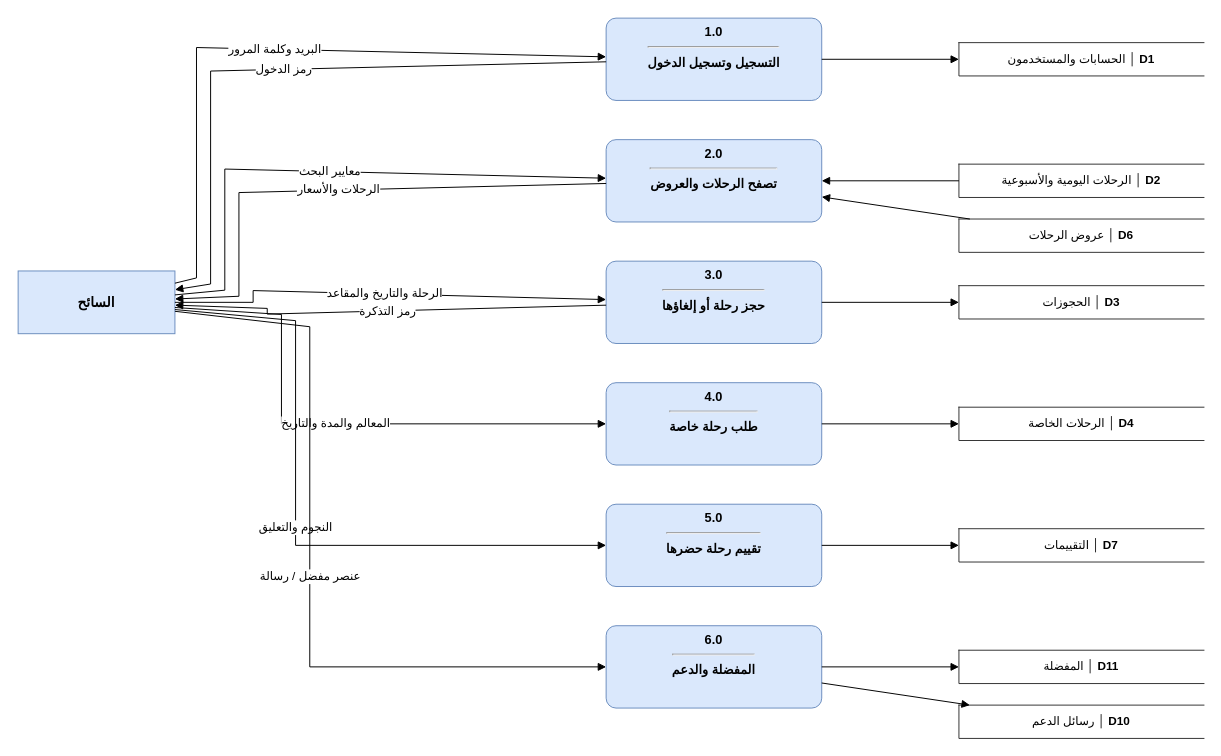
Above: مخططات_التحليل_drawio/dfd02_tourist.drawio in masara-prog/Delni-project (draw.io), before the change. Source tidied: cells renumbered, new cells numbered last; positions are measured from the earlier drawing's top-left corner, leaving out a move shared by most shapes. Both pictures are drawn from the tidied source at 98%, with x=0, y=0 at pixel (18, 18).
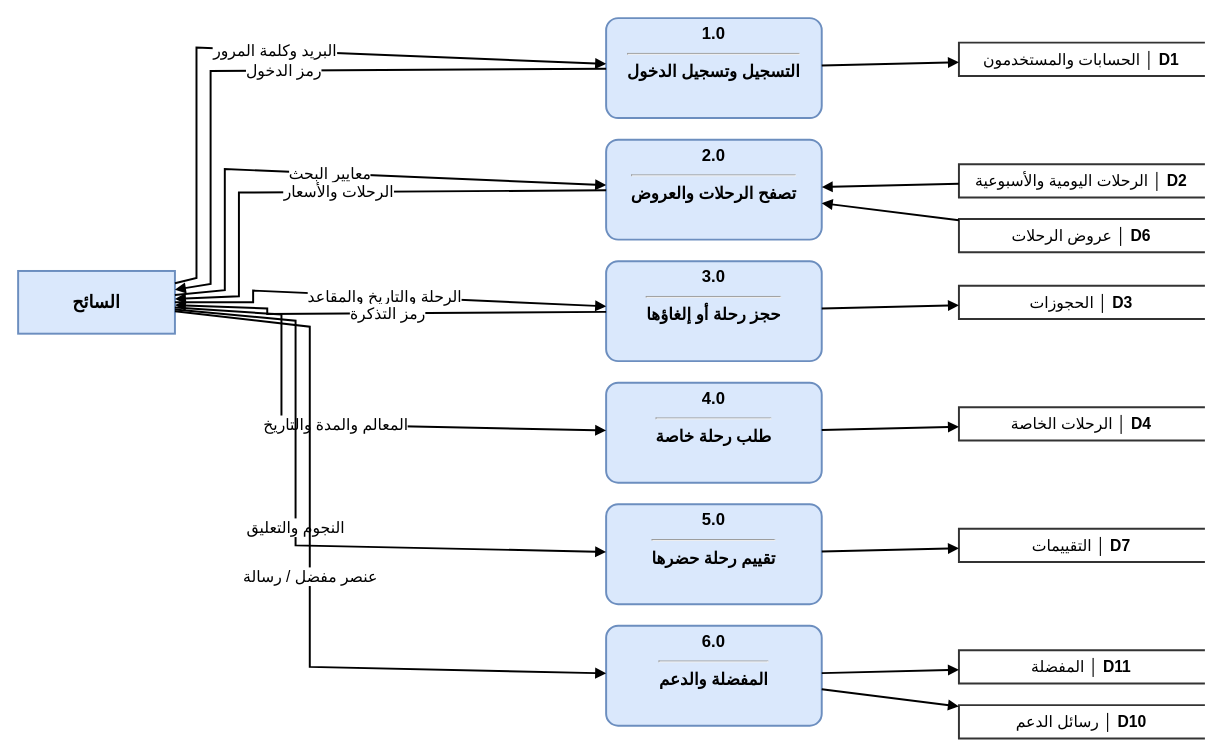
The same page after the edit.

Change to the diagram source:
```diff
@@
-    <mxCell id="2" value="&lt;b&gt;1.0&lt;/b&gt;&lt;hr&gt;التسجيل وتسجيل الدخول" style="rounded=1;arcSize=12;verticalAlign=top;html=1;whiteSpace=wrap;fontFamily=Arial;fontSize=13;fontStyle=1;fillColor=#dae8fc;strokeColor=#6c8ebf;" parent="1" vertex="1">
-      <mxGeometry x="600" width="220" height="84" as="geometry" />
+    <mxCell id="2" value="&lt;b&gt;1.0&lt;/b&gt;&lt;hr&gt;التسجيل وتسجيل الدخول" style="rounded=1;arcSize=12;verticalAlign=top;html=1;whiteSpace=wrap;fontFamily=Arial;fontSize=17;fontStyle=1;fillColor=#dae8fc;strokeColor=#6c8ebf;strokeWidth=2;" parent="1" vertex="1">
+      <mxGeometry x="600" width="220" height="102" as="geometry" />
     </mxCell>
-    <mxCell id="3" value="&lt;b&gt;2.0&lt;/b&gt;&lt;hr&gt;تصفح الرحلات والعروض" style="rounded=1;arcSize=12;verticalAlign=top;html=1;whiteSpace=wrap;fontFamily=Arial;fontSize=13;fontStyle=1;fillColor=#dae8fc;strokeColor=#6c8ebf;" parent="1" vertex="1">
-      <mxGeometry x="600" y="124" width="220" height="84" as="geometry" />
+    <mxCell id="3" value="&lt;b&gt;2.0&lt;/b&gt;&lt;hr&gt;تصفح الرحلات والعروض" style="rounded=1;arcSize=12;verticalAlign=top;html=1;whiteSpace=wrap;fontFamily=Arial;fontSize=17;fontStyle=1;fillColor=#dae8fc;strokeColor=#6c8ebf;strokeWidth=2;" parent="1" vertex="1">
+      <mxGeometry x="600" y="124" width="220" height="102" as="geometry" />
     </mxCell>
-    <mxCell id="4" value="&lt;b&gt;3.0&lt;/b&gt;&lt;hr&gt;حجز رحلة أو إلغاؤها" style="rounded=1;arcSize=12;verticalAlign=top;html=1;whiteSpace=wrap;fontFamily=Arial;fontSize=13;fontStyle=1;fillColor=#dae8fc;strokeColor=#6c8ebf;" parent="1" vertex="1">
-      <mxGeometry x="600" y="248" width="220" height="84" as="geometry" />
+    <mxCell id="4" value="&lt;b&gt;3.0&lt;/b&gt;&lt;hr&gt;حجز رحلة أو إلغاؤها" style="rounded=1;arcSize=12;verticalAlign=top;html=1;whiteSpace=wrap;fontFamily=Arial;fontSize=17;fontStyle=1;fillColor=#dae8fc;strokeColor=#6c8ebf;strokeWidth=2;" parent="1" vertex="1">
+      <mxGeometry x="600" y="248" width="220" height="102" as="geometry" />
     </mxCell>
-    <mxCell id="5" value="&lt;b&gt;4.0&lt;/b&gt;&lt;hr&gt;طلب رحلة خاصة" style="rounded=1;arcSize=12;verticalAlign=top;html=1;whiteSpace=wrap;fontFamily=Arial;fontSize=13;fontStyle=1;fillColor=#dae8fc;strokeColor=#6c8ebf;" parent="1" vertex="1">
-      <mxGeometry x="600" y="372" width="220" height="84" as="geometry" />
+    <mxCell id="5" value="&lt;b&gt;4.0&lt;/b&gt;&lt;hr&gt;طلب رحلة خاصة" style="rounded=1;arcSize=12;verticalAlign=top;html=1;whiteSpace=wrap;fontFamily=Arial;fontSize=17;fontStyle=1;fillColor=#dae8fc;strokeColor=#6c8ebf;strokeWidth=2;" parent="1" vertex="1">
+      <mxGeometry x="600" y="372" width="220" height="102" as="geometry" />
     </mxCell>
-    <mxCell id="6" value="&lt;b&gt;5.0&lt;/b&gt;&lt;hr&gt;تقييم رحلة حضرها" style="rounded=1;arcSize=12;verticalAlign=top;html=1;whiteSpace=wrap;fontFamily=Arial;fontSize=13;fontStyle=1;fillColor=#dae8fc;strokeColor=#6c8ebf;" parent="1" vertex="1">
-      <mxGeometry x="600" y="496" width="220" height="84" as="geometry" />
+    <mxCell id="6" value="&lt;b&gt;5.0&lt;/b&gt;&lt;hr&gt;تقييم رحلة حضرها" style="rounded=1;arcSize=12;verticalAlign=top;html=1;whiteSpace=wrap;fontFamily=Arial;fontSize=17;fontStyle=1;fillColor=#dae8fc;strokeColor=#6c8ebf;strokeWidth=2;" parent="1" vertex="1">
+      <mxGeometry x="600" y="496" width="220" height="102" as="geometry" />
     </mxCell>
-    <mxCell id="7" value="&lt;b&gt;6.0&lt;/b&gt;&lt;hr&gt;المفضلة والدعم" style="rounded=1;arcSize=12;verticalAlign=top;html=1;whiteSpace=wrap;fontFamily=Arial;fontSize=13;fontStyle=1;fillColor=#dae8fc;strokeColor=#6c8ebf;" parent="1" vertex="1">
-      <mxGeometry x="600" y="620" width="220" height="84" as="geometry" />
+    <mxCell id="7" value="&lt;b&gt;6.0&lt;/b&gt;&lt;hr&gt;المفضلة والدعم" style="rounded=1;arcSize=12;verticalAlign=top;html=1;whiteSpace=wrap;fontFamily=Arial;fontSize=17;fontStyle=1;fillColor=#dae8fc;strokeColor=#6c8ebf;strokeWidth=2;" parent="1" vertex="1">
+      <mxGeometry x="600" y="620" width="220" height="102" as="geometry" />
     </mxCell>
-    <mxCell id="8" value="السائح" style="rounded=0;html=1;whiteSpace=wrap;fontFamily=Arial;fontSize=14;fontStyle=1;fillColor=#dae8fc;strokeColor=#6c8ebf;" parent="1" vertex="1">
+    <mxCell id="8" value="السائح" style="rounded=0;html=1;whiteSpace=wrap;fontFamily=Arial;fontSize=18;fontStyle=1;fillColor=#dae8fc;strokeColor=#6c8ebf;strokeWidth=2;" parent="1" vertex="1">
       <mxGeometry y="258" width="160" height="64" as="geometry" />
     </mxCell>
-    <mxCell id="9" value="الحسابات والمستخدمون  │ &lt;b&gt;D1&lt;/b&gt;" style="shape=partialRectangle;right=0;align=center;html=1;whiteSpace=wrap;fontFamily=Arial;fontSize=12;fontStyle=0;fillColor=#ffffff;strokeColor=#333333;" parent="1" vertex="1">
+    <mxCell id="9" value="الحسابات والمستخدمون  │ &lt;b&gt;D1&lt;/b&gt;" style="shape=partialRectangle;right=0;align=center;html=1;whiteSpace=wrap;fontFamily=Arial;fontSize=16;fontStyle=0;fillColor=#ffffff;strokeColor=#333333;strokeWidth=2;" parent="1" vertex="1">
       <mxGeometry x="960" y="25" width="250" height="34" as="geometry" />
     </mxCell>
-    <mxCell id="10" value="الرحلات اليومية والأسبوعية  │ &lt;b&gt;D2&lt;/b&gt;" style="shape=partialRectangle;right=0;align=center;html=1;whiteSpace=wrap;fontFamily=Arial;fontSize=12;fontStyle=0;fillColor=#ffffff;strokeColor=#333333;" parent="1" vertex="1">
+    <mxCell id="10" value="الرحلات اليومية والأسبوعية  │ &lt;b&gt;D2&lt;/b&gt;" style="shape=partialRectangle;right=0;align=center;html=1;whiteSpace=wrap;fontFamily=Arial;fontSize=16;fontStyle=0;fillColor=#ffffff;strokeColor=#333333;strokeWidth=2;" parent="1" vertex="1">
       <mxGeometry x="960" y="149" width="250" height="34" as="geometry" />
     </mxCell>
-    <mxCell id="11" value="عروض الرحلات  │ &lt;b&gt;D6&lt;/b&gt;" style="shape=partialRectangle;right=0;align=center;html=1;whiteSpace=wrap;fontFamily=Arial;fontSize=12;fontStyle=0;fillColor=#ffffff;strokeColor=#333333;" parent="1" vertex="1">
+    <mxCell id="11" value="عروض الرحلات  │ &lt;b&gt;D6&lt;/b&gt;" style="shape=partialRectangle;right=0;align=center;html=1;whiteSpace=wrap;fontFamily=Arial;fontSize=16;fontStyle=0;fillColor=#ffffff;strokeColor=#333333;strokeWidth=2;" parent="1" vertex="1">
       <mxGeometry x="960" y="205" width="250" height="34" as="geometry" />
     </mxCell>
-    <mxCell id="12" value="الحجوزات  │ &lt;b&gt;D3&lt;/b&gt;" style="shape=partialRectangle;right=0;align=center;html=1;whiteSpace=wrap;fontFamily=Arial;fontSize=12;fontStyle=0;fillColor=#ffffff;strokeColor=#333333;" parent="1" vertex="1">
+    <mxCell id="12" value="الحجوزات  │ &lt;b&gt;D3&lt;/b&gt;" style="shape=partialRectangle;right=0;align=center;html=1;whiteSpace=wrap;fontFamily=Arial;fontSize=16;fontStyle=0;fillColor=#ffffff;strokeColor=#333333;strokeWidth=2;" parent="1" vertex="1">
       <mxGeometry x="960" y="273" width="250" height="34" as="geometry" />
     </mxCell>
-    <mxCell id="13" value="الرحلات الخاصة  │ &lt;b&gt;D4&lt;/b&gt;" style="shape=partialRectangle;right=0;align=center;html=1;whiteSpace=wrap;fontFamily=Arial;fontSize=12;fontStyle=0;fillColor=#ffffff;strokeColor=#333333;" parent="1" vertex="1">
+    <mxCell id="13" value="الرحلات الخاصة  │ &lt;b&gt;D4&lt;/b&gt;" style="shape=partialRectangle;right=0;align=center;html=1;whiteSpace=wrap;fontFamily=Arial;fontSize=16;fontStyle=0;fillColor=#ffffff;strokeColor=#333333;strokeWidth=2;" parent="1" vertex="1">
       <mxGeometry x="960" y="397" width="250" height="34" as="geometry" />
     </mxCell>
-    <mxCell id="14" value="التقييمات  │ &lt;b&gt;D7&lt;/b&gt;" style="shape=partialRectangle;right=0;align=center;html=1;whiteSpace=wrap;fontFamily=Arial;fontSize=12;fontStyle=0;fillColor=#ffffff;strokeColor=#333333;" parent="1" vertex="1">
+    <mxCell id="14" value="التقييمات  │ &lt;b&gt;D7&lt;/b&gt;" style="shape=partialRectangle;right=0;align=center;html=1;whiteSpace=wrap;fontFamily=Arial;fontSize=16;fontStyle=0;fillColor=#ffffff;strokeColor=#333333;strokeWidth=2;" parent="1" vertex="1">
       <mxGeometry x="960" y="521" width="250" height="34" as="geometry" />
     </mxCell>
-    <mxCell id="15" value="المفضلة  │ &lt;b&gt;D11&lt;/b&gt;" style="shape=partialRectangle;right=0;align=center;html=1;whiteSpace=wrap;fontFamily=Arial;fontSize=12;fontStyle=0;fillColor=#ffffff;strokeColor=#333333;" parent="1" vertex="1">
+    <mxCell id="15" value="المفضلة  │ &lt;b&gt;D11&lt;/b&gt;" style="shape=partialRectangle;right=0;align=center;html=1;whiteSpace=wrap;fontFamily=Arial;fontSize=16;fontStyle=0;fillColor=#ffffff;strokeColor=#333333;strokeWidth=2;" parent="1" vertex="1">
       <mxGeometry x="960" y="645" width="250" height="34" as="geometry" />
     </mxCell>
-    <mxCell id="16" value="رسائل الدعم  │ &lt;b&gt;D10&lt;/b&gt;" style="shape=partialRectangle;right=0;align=center;html=1;whiteSpace=wrap;fontFamily=Arial;fontSize=12;fontStyle=0;fillColor=#ffffff;strokeColor=#333333;" parent="1" vertex="1">
+    <mxCell id="16" value="رسائل الدعم  │ &lt;b&gt;D10&lt;/b&gt;" style="shape=partialRectangle;right=0;align=center;html=1;whiteSpace=wrap;fontFamily=Arial;fontSize=16;fontStyle=0;fillColor=#ffffff;strokeColor=#333333;strokeWidth=2;" parent="1" vertex="1">
       <mxGeometry x="960" y="701" width="250" height="34" as="geometry" />
     </mxCell>
-    <mxCell id="17" value="البريد وكلمة المرور" style="endArrow=block;endFill=1;html=1;rounded=0;fontFamily=Arial;fontSize=12;labelBackgroundColor=#ffffff;" parent="1" edge="1" source="8" target="2">
+    <mxCell id="17" value="البريد وكلمة المرور" style="endArrow=block;endFill=1;html=1;rounded=0;fontFamily=Arial;fontSize=16;labelBackgroundColor=#ffffff;strokeWidth=2;" parent="1" edge="1" source="8" target="2">
       <mxGeometry relative="1" as="geometry">
         <Array as="points">
           <mxPoint x="182" y="265.1" />
           <mxPoint x="182" y="30" />
         </Array>
       </mxGeometry>
     </mxCell>
-    <mxCell id="18" value="رمز الدخول" style="endArrow=block;endFill=1;html=1;rounded=0;fontFamily=Arial;fontSize=12;labelBackgroundColor=#ffffff;" parent="1" edge="1" source="2" target="8">
+    <mxCell id="18" value="رمز الدخول" style="endArrow=block;endFill=1;html=1;rounded=0;fontFamily=Arial;fontSize=16;labelBackgroundColor=#ffffff;strokeWidth=2;" parent="1" edge="1" source="2" target="8">
       <mxGeometry relative="1" as="geometry">
         <Array as="points">
           <mxPoint x="196.4" y="54" />
           <mxPoint x="196.4" y="271.3" />
         </Array>
       </mxGeometry>
     </mxCell>
-    <mxCell id="19" value="معايير البحث" style="endArrow=block;endFill=1;html=1;rounded=0;fontFamily=Arial;fontSize=12;labelBackgroundColor=#ffffff;" parent="1" edge="1" source="8" target="3">
+    <mxCell id="19" value="معايير البحث" style="endArrow=block;endFill=1;html=1;rounded=0;fontFamily=Arial;fontSize=16;labelBackgroundColor=#ffffff;strokeWidth=2;" parent="1" edge="1" source="8" target="3">
       <mxGeometry relative="1" as="geometry">
         <Array as="points">
           <mxPoint x="210.9" y="277.6" />
           <mxPoint x="210.9" y="154" />
         </Array>
       </mxGeometry>
     </mxCell>
-    <mxCell id="20" value="الرحلات والأسعار" style="endArrow=block;endFill=1;html=1;rounded=0;fontFamily=Arial;fontSize=12;labelBackgroundColor=#ffffff;" parent="1" edge="1" source="3" target="8">
+    <mxCell id="20" value="الرحلات والأسعار" style="endArrow=block;endFill=1;html=1;rounded=0;fontFamily=Arial;fontSize=16;labelBackgroundColor=#ffffff;strokeWidth=2;" parent="1" edge="1" source="3" target="8">
       <mxGeometry relative="1" as="geometry">
         <Array as="points">
           <mxPoint x="225.3" y="178" />
           <mxPoint x="225.3" y="283.8" />
         </Array>
       </mxGeometry>
     </mxCell>
-    <mxCell id="21" value="الرحلة والتاريخ والمقاعد" style="endArrow=block;endFill=1;html=1;rounded=0;fontFamily=Arial;fontSize=12;labelBackgroundColor=#ffffff;" parent="1" edge="1" source="8" target="4">
+    <mxCell id="21" value="الرحلة والتاريخ والمقاعد" style="endArrow=block;endFill=1;html=1;rounded=0;fontFamily=Arial;fontSize=16;labelBackgroundColor=#ffffff;strokeWidth=2;" parent="1" edge="1" source="8" target="4">
       <mxGeometry relative="1" as="geometry">
         <Array as="points">
           <mxPoint x="239.8" y="290" />
           <mxPoint x="239.8" y="278" />
         </Array>
       </mxGeometry>
     </mxCell>
-    <mxCell id="22" value="رمز التذكرة" style="endArrow=block;endFill=1;html=1;rounded=0;fontFamily=Arial;fontSize=12;labelBackgroundColor=#ffffff;" parent="1" edge="1" source="4" target="8">
+    <mxCell id="22" value="رمز التذكرة" style="endArrow=block;endFill=1;html=1;rounded=0;fontFamily=Arial;fontSize=16;labelBackgroundColor=#ffffff;strokeWidth=2;" parent="1" edge="1" source="4" target="8">
       <mxGeometry relative="1" as="geometry">
         <Array as="points">
           <mxPoint x="254.2" y="302" />
           <mxPoint x="254.2" y="296.2" />
         </Array>
       </mxGeometry>
     </mxCell>
-    <mxCell id="23" value="المعالم والمدة والتاريخ" style="endArrow=block;endFill=1;html=1;rounded=0;fontFamily=Arial;fontSize=12;labelBackgroundColor=#ffffff;" parent="1" edge="1" source="8" target="5">
+    <mxCell id="23" value="المعالم والمدة والتاريخ" style="endArrow=block;endFill=1;html=1;rounded=0;fontFamily=Arial;fontSize=16;labelBackgroundColor=#ffffff;strokeWidth=2;" parent="1" edge="1" source="8" target="5">
       <mxGeometry relative="1" as="geometry">
         <Array as="points">
           <mxPoint x="268.7" y="302.4" />
           <mxPoint x="268.7" y="414" />
         </Array>
       </mxGeometry>
     </mxCell>
-    <mxCell id="24" value="النجوم والتعليق" style="endArrow=block;endFill=1;html=1;rounded=0;fontFamily=Arial;fontSize=12;labelBackgroundColor=#ffffff;" parent="1" edge="1" source="8" target="6">
+    <mxCell id="24" value="النجوم والتعليق" style="endArrow=block;endFill=1;html=1;rounded=0;fontFamily=Arial;fontSize=16;labelBackgroundColor=#ffffff;strokeWidth=2;" parent="1" edge="1" source="8" target="6">
       <mxGeometry relative="1" as="geometry">
         <Array as="points">
           <mxPoint x="283.1" y="308.7" />
           <mxPoint x="283.1" y="538" />
         </Array>
       </mxGeometry>
     </mxCell>
-    <mxCell id="25" value="عنصر مفضل / رسالة" style="endArrow=block;endFill=1;html=1;rounded=0;fontFamily=Arial;fontSize=12;labelBackgroundColor=#ffffff;" parent="1" edge="1" source="8" target="7">
+    <mxCell id="25" value="عنصر مفضل / رسالة" style="endArrow=block;endFill=1;html=1;rounded=0;fontFamily=Arial;fontSize=16;labelBackgroundColor=#ffffff;strokeWidth=2;" parent="1" edge="1" source="8" target="7">
       <mxGeometry relative="1" as="geometry">
         <Array as="points">
           <mxPoint x="297.6" y="314.9" />
           <mxPoint x="297.6" y="662" />
         </Array>
       </mxGeometry>
     </mxCell>
-    <mxCell id="26" style="endArrow=block;endFill=1;html=1;rounded=0;fontFamily=Arial;fontSize=12;labelBackgroundColor=#ffffff;" parent="1" edge="1" source="2" target="9">
+    <mxCell id="26" style="endArrow=block;endFill=1;html=1;rounded=0;fontFamily=Arial;fontSize=16;labelBackgroundColor=#ffffff;strokeWidth=2;" parent="1" edge="1" source="2" target="9">
       <mxGeometry relative="1" as="geometry" />
     </mxCell>
-    <mxCell id="27" style="endArrow=block;endFill=1;html=1;rounded=0;fontFamily=Arial;fontSize=12;labelBackgroundColor=#ffffff;" parent="1" edge="1" source="10" target="3">
+    <mxCell id="27" style="endArrow=block;endFill=1;html=1;rounded=0;fontFamily=Arial;fontSize=16;labelBackgroundColor=#ffffff;strokeWidth=2;" parent="1" edge="1" source="10" target="3">
       <mxGeometry relative="1" as="geometry" />
     </mxCell>
-    <mxCell id="28" style="endArrow=block;endFill=1;html=1;rounded=0;fontFamily=Arial;fontSize=12;labelBackgroundColor=#ffffff;" parent="1" edge="1" source="11" target="3">
+    <mxCell id="28" style="endArrow=block;endFill=1;html=1;rounded=0;fontFamily=Arial;fontSize=16;labelBackgroundColor=#ffffff;strokeWidth=2;" parent="1" edge="1" source="11" target="3">
       <mxGeometry relative="1" as="geometry" />
     </mxCell>
-    <mxCell id="29" style="endArrow=block;endFill=1;html=1;rounded=0;fontFamily=Arial;fontSize=12;labelBackgroundColor=#ffffff;" parent="1" edge="1" source="4" target="12">
+    <mxCell id="29" style="endArrow=block;endFill=1;html=1;rounded=0;fontFamily=Arial;fontSize=16;labelBackgroundColor=#ffffff;strokeWidth=2;" parent="1" edge="1" source="4" target="12">
       <mxGeometry relative="1" as="geometry" />
     </mxCell>
-    <mxCell id="30" style="endArrow=block;endFill=1;html=1;rounded=0;fontFamily=Arial;fontSize=12;labelBackgroundColor=#ffffff;" parent="1" edge="1" source="5" target="13">
+    <mxCell id="30" style="endArrow=block;endFill=1;html=1;rounded=0;fontFamily=Arial;fontSize=16;labelBackgroundColor=#ffffff;strokeWidth=2;" parent="1" edge="1" source="5" target="13">
       <mxGeometry relative="1" as="geometry" />
     </mxCell>
-    <mxCell id="31" style="endArrow=block;endFill=1;html=1;rounded=0;fontFamily=Arial;fontSize=12;labelBackgroundColor=#ffffff;" parent="1" edge="1" source="6" target="14">
+    <mxCell id="31" style="endArrow=block;endFill=1;html=1;rounded=0;fontFamily=Arial;fontSize=16;labelBackgroundColor=#ffffff;strokeWidth=2;" parent="1" edge="1" source="6" target="14">
       <mxGeometry relative="1" as="geometry" />
     </mxCell>
-    <mxCell id="32" style="endArrow=block;endFill=1;html=1;rounded=0;fontFamily=Arial;fontSize=12;labelBackgroundColor=#ffffff;" parent="1" edge="1" source="7" target="15">
+    <mxCell id="32" style="endArrow=block;endFill=1;html=1;rounded=0;fontFamily=Arial;fontSize=16;labelBackgroundColor=#ffffff;strokeWidth=2;" parent="1" edge="1" source="7" target="15">
       <mxGeometry relative="1" as="geometry" />
     </mxCell>
-    <mxCell id="33" style="endArrow=block;endFill=1;html=1;rounded=0;fontFamily=Arial;fontSize=12;labelBackgroundColor=#ffffff;" parent="1" edge="1" source="7" target="16">
+    <mxCell id="33" style="endArrow=block;endFill=1;html=1;rounded=0;fontFamily=Arial;fontSize=16;labelBackgroundColor=#ffffff;strokeWidth=2;" parent="1" edge="1" source="7" target="16">
       <mxGeometry relative="1" as="geometry" />
     </mxCell>
```
